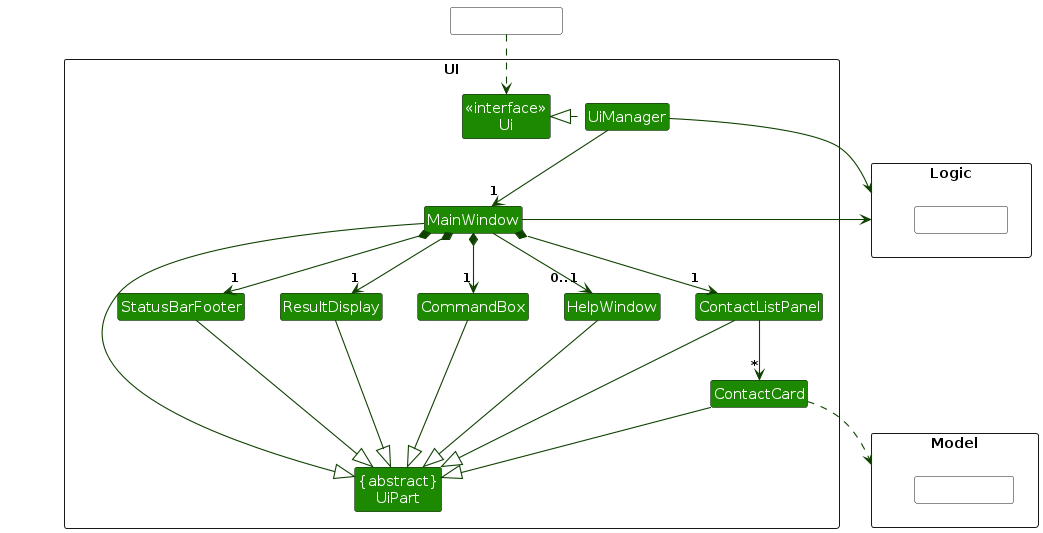
The PlantUML diagram diagrams/UiClassDiagram.png in quangthangisme/tp, before a commit. Its source is kept beside it as diagrams/UiClassDiagram.puml.
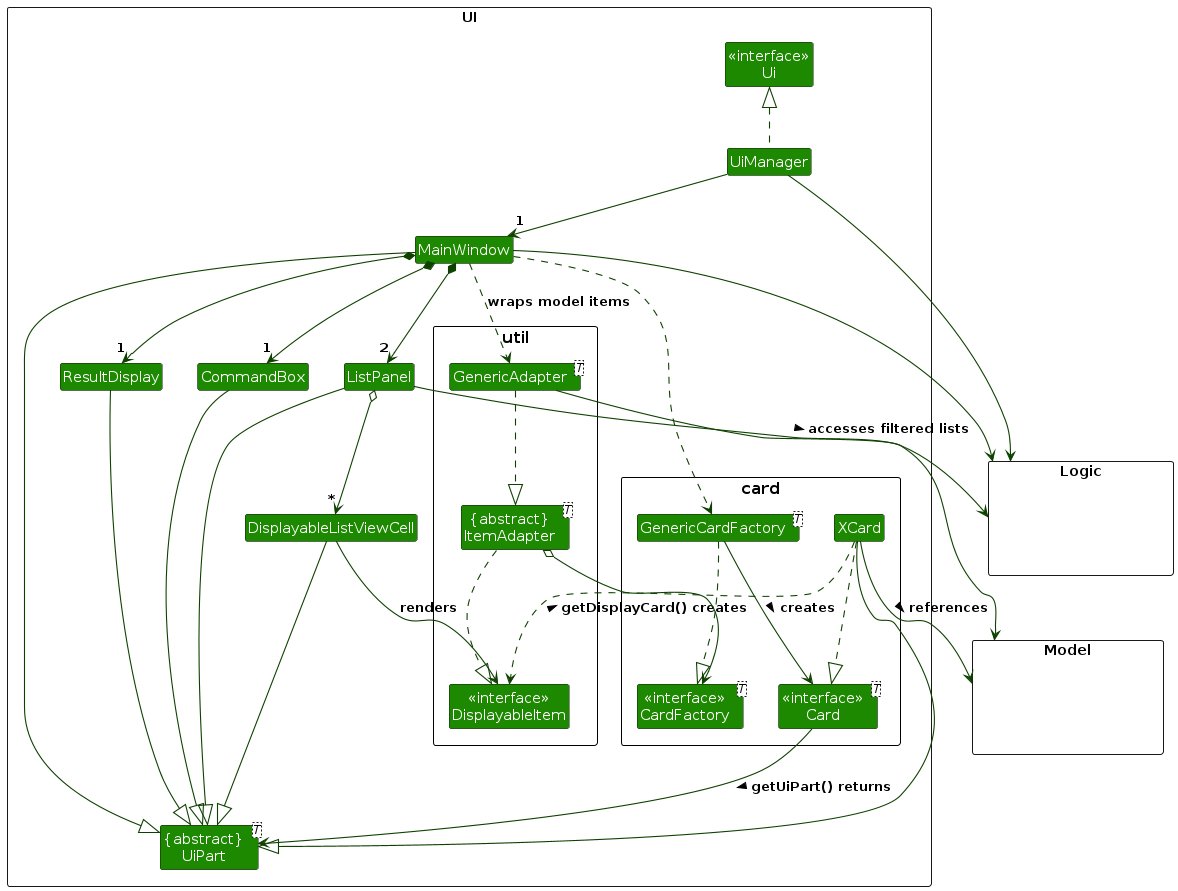
Above is the later version.

Change to the diagram source:
```diff
@@ -1,60 +1,74 @@
 @startuml
+allowmixing
+
 !include style.puml
 skinparam arrowThickness 1.1
 skinparam arrowColor UI_COLOR_T4
 skinparam classBackgroundColor UI_COLOR
 
-package UI <<Rectangle>>{
+package UI <<Rectangle>> {
 Class "<<interface>>\nUi" as Ui
-Class "{abstract}\nUiPart" as UiPart
+Class "{abstract}\nUiPart<T>" as UiPart
 Class UiManager
 Class MainWindow
-Class HelpWindow
 Class ResultDisplay
-Class ContactListPanel
-Class ContactCard
-Class StatusBarFooter
 Class CommandBox
+Class ListPanel
+Class DisplayableListViewCell
+
+package "card" as card {
+Class "<<interface>>\nCard<T>" as Card
+Class "<<interface>>\nCardFactory<T>" as CardFactory
+Class "GenericCardFactory<T>" as GenericCardFactory
+Class XCard
+}
+
+package "util" as util {
+Class "<<interface>>\nDisplayableItem" as DisplayableItem
+Class "{abstract}\nItemAdapter<T>" as ItemAdapter
+Class "GenericAdapter<T>" as GenericAdapter
+}
 }
 
 package Model <<Rectangle>> {
-Class HiddenModel #FFFFFF
+Cloud HiddenModel #FFFFFF
 }
 
 package Logic <<Rectangle>> {
-Class HiddenLogic #FFFFFF
+Cloud HiddenLogic #FFFFFF
 }
 
-Class HiddenOutside #FFFFFF
-HiddenOutside ..> Ui
+UiManager .up.|> Ui
+GenericCardFactory ..|> CardFactory
+XCard ..|> Card
+GenericAdapter ..|> ItemAdapter
+ItemAdapter ..|> DisplayableItem
 
-UiManager .left.|> Ui
-UiManager -down-> "1" MainWindow
-MainWindow *-down->  "1" CommandBox
-MainWindow *-down-> "1" ResultDisplay
-MainWindow *-down-> "1" ContactListPanel
-MainWindow *-down-> "1" StatusBarFooter
-MainWindow --> "0..1" HelpWindow
-
-ContactListPanel -down-> "*" ContactCard
-
-MainWindow -left-|> UiPart
-
+MainWindow --|> UiPart
 ResultDisplay --|> UiPart
 CommandBox --|> UiPart
-ContactListPanel --|> UiPart
-ContactCard --|> UiPart
-StatusBarFooter --|> UiPart
-HelpWindow --|> UiPart
+ListPanel --|> UiPart
+XCard --|> UiPart
+DisplayableListViewCell --|> UiPart
 
-ContactCard ..> Model
-UiManager -right-> Logic
-MainWindow -left-> Logic
+MainWindow *--> "1" CommandBox
+MainWindow *--> "1" ResultDisplay
+MainWindow *--> "2" ListPanel
+ListPanel o--> "*" DisplayableListViewCell
 
-ContactListPanel -[hidden]left- HelpWindow
-HelpWindow -[hidden]left- CommandBox
-CommandBox -[hidden]left- ResultDisplay
-ResultDisplay -[hidden]left- StatusBarFooter
+UiManager --> "1" MainWindow
+DisplayableListViewCell --> DisplayableItem : renders
+XCard ..> DisplayableItem : < getDisplayCard() creates
+Card --> UiPart : getUiPart() returns >
+GenericCardFactory --> Card : creates >
+XCard --> Model: references >
+GenericAdapter --> Model
+ItemAdapter o--> CardFactory
 
-MainWindow -[hidden]-|> UiPart
+UiManager --> Logic
+MainWindow --> Logic
+ListPanel --> Logic : accesses filtered lists >
+MainWindow ..> GenericCardFactory
+MainWindow ..> GenericAdapter : wraps model items
+
 @enduml
```
